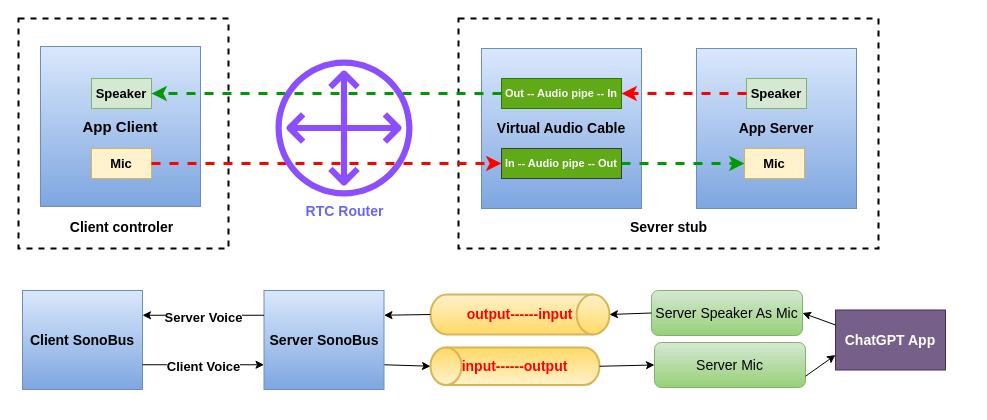
This is realtimemode.drawio from nxtreaming/webchat, a draw.io file, before an edit. Source tidied: cells renumbered, new cells numbered last; positions are measured from the earlier drawing's top-left corner, leaving out a move shared by most shapes. Both pictures are drawn from the tidied source at 100%, with x=0, y=0 at pixel (18, 18).
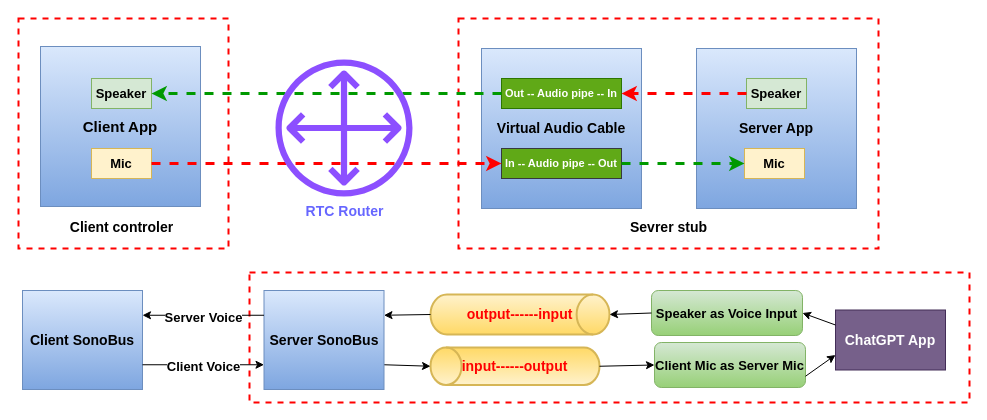
The same page after the edit.

Diff of the diagram source:
```diff
@@
+    <mxCell id="37" style="rounded=0;whiteSpace=wrap;html=1;dashed=1;strokeWidth=2;strokeColor=#FF0000;" parent="1" vertex="1">
+      <mxGeometry x="231" y="254" width="720" height="130" as="geometry" />
+    </mxCell>
-    <mxCell id="2" style="rounded=0;whiteSpace=wrap;html=1;dashed=1;strokeWidth=2;" parent="1" vertex="1">
+    <mxCell id="2" style="rounded=0;whiteSpace=wrap;html=1;dashed=1;strokeWidth=2;strokeColor=#FF0000;" parent="1" vertex="1">
       <mxGeometry width="210" height="230" as="geometry" />
     </mxCell>
-    <mxCell id="3" style="rounded=0;whiteSpace=wrap;html=1;dashed=1;strokeWidth=2;" parent="1" vertex="1">
+    <mxCell id="3" style="rounded=0;whiteSpace=wrap;html=1;dashed=1;strokeWidth=2;strokeColor=#FF0000;" parent="1" vertex="1">
       <mxGeometry x="440" width="420" height="230" as="geometry" />
     </mxCell>
-    <mxCell id="4" value="&lt;font style=&quot;font-size: 15px;&quot;&gt;&lt;b&gt;App Client&lt;/b&gt;&lt;/font&gt;" style="whiteSpace=wrap;html=1;fillColor=#dae8fc;gradientColor=#7ea6e0;strokeColor=#6c8ebf;" parent="1" vertex="1">
+    <mxCell id="4" value="&lt;font style=&quot;font-size: 15px;&quot;&gt;&lt;b&gt;Client App&lt;/b&gt;&lt;/font&gt;" style="whiteSpace=wrap;html=1;fillColor=#dae8fc;gradientColor=#7ea6e0;strokeColor=#6c8ebf;" parent="1" vertex="1">
       <mxGeometry x="22" y="28" width="160" height="160" as="geometry" />
     </mxCell>
@@
-    <mxCell id="7" value="&lt;font style=&quot;font-size: 14px;&quot;&gt;&lt;b&gt;App Server&lt;/b&gt;&lt;/font&gt;" style="whiteSpace=wrap;html=1;fillColor=#dae8fc;strokeColor=#6c8ebf;gradientColor=#7ea6e0;" parent="1" vertex="1">
+    <mxCell id="7" value="&lt;font style=&quot;font-size: 14px;&quot;&gt;&lt;b&gt;Server App&lt;/b&gt;&lt;/font&gt;" style="whiteSpace=wrap;html=1;fillColor=#dae8fc;strokeColor=#6c8ebf;gradientColor=#7ea6e0;" parent="1" vertex="1">
       <mxGeometry x="678" y="30" width="160" height="160" as="geometry" />
     </mxCell>
@@
-    <mxCell id="21" value="&lt;font style=&quot;font-size: 14px;&quot;&gt;Server Speaker As Mic&lt;/font&gt;" style="rounded=1;whiteSpace=wrap;html=1;fillColor=#d5e8d4;gradientColor=#97d077;strokeColor=#82b366;" parent="1" vertex="1">
+    <mxCell id="21" value="&lt;font size=&quot;1&quot; style=&quot;&quot;&gt;&lt;b style=&quot;font-size: 13px;&quot;&gt;Speaker as Voice Input&lt;/b&gt;&lt;/font&gt;" style="rounded=1;whiteSpace=wrap;html=1;fillColor=#d5e8d4;gradientColor=#97d077;strokeColor=#82b366;" parent="1" vertex="1">
       <mxGeometry x="633" y="272" width="151" height="45" as="geometry" />
     </mxCell>
@@
-    <mxCell id="25" value="&lt;font style=&quot;font-size: 14px;&quot;&gt;Server Mic&lt;/font&gt;" style="rounded=1;whiteSpace=wrap;html=1;fillColor=#d5e8d4;gradientColor=#97d077;strokeColor=#82b366;" parent="1" vertex="1">
+    <mxCell id="25" value="&lt;font style=&quot;font-size: 13px;&quot;&gt;&lt;b&gt;Client Mic as Server Mic&lt;/b&gt;&lt;/font&gt;" style="rounded=1;whiteSpace=wrap;html=1;fillColor=#d5e8d4;gradientColor=#97d077;strokeColor=#82b366;" parent="1" vertex="1">
       <mxGeometry x="636" y="324" width="151" height="45" as="geometry" />
     </mxCell>
```
